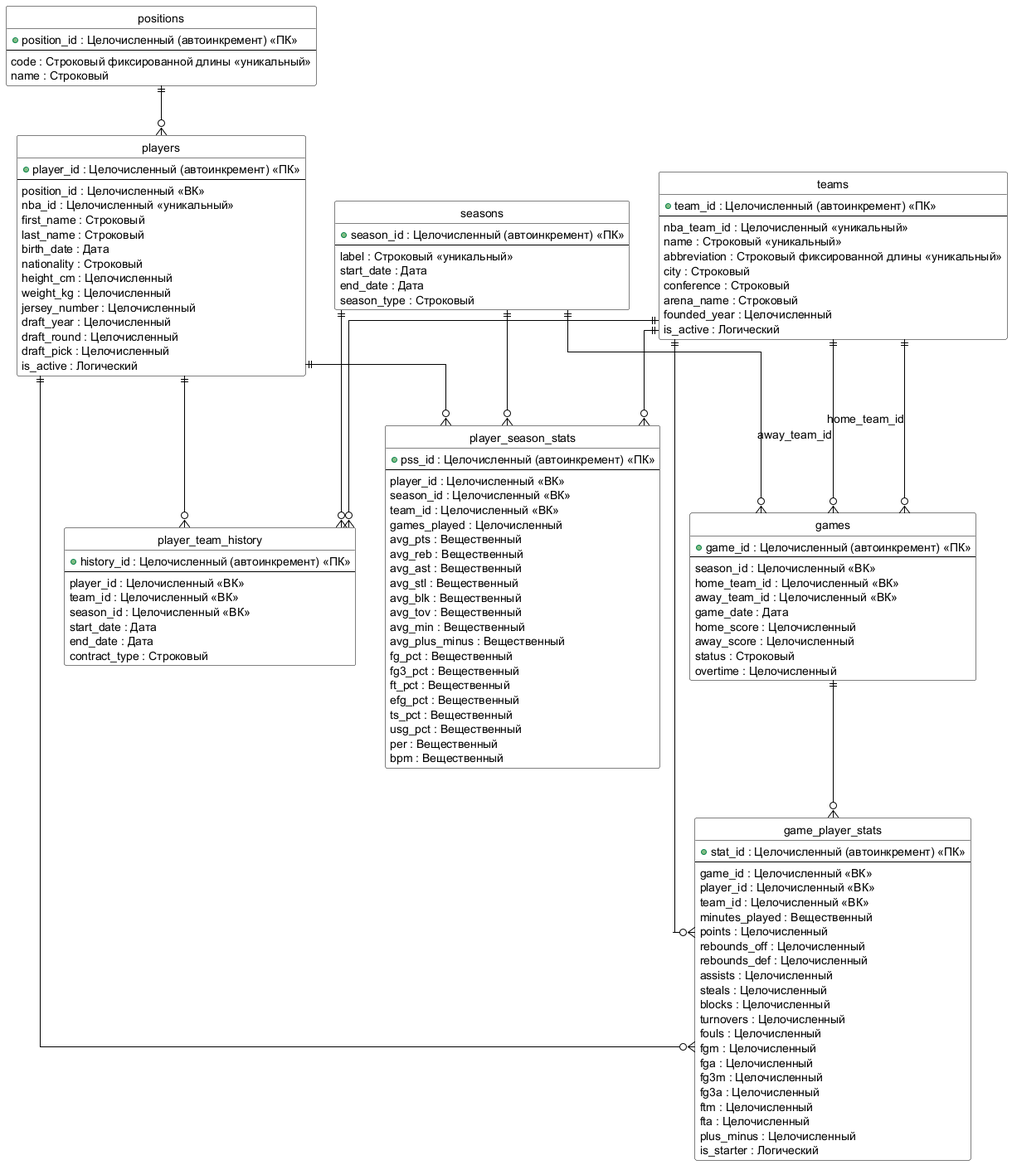
Above: img/relational_schema.png in uBaxa0IQ/BD_Coursework (PlantUML), before the change.
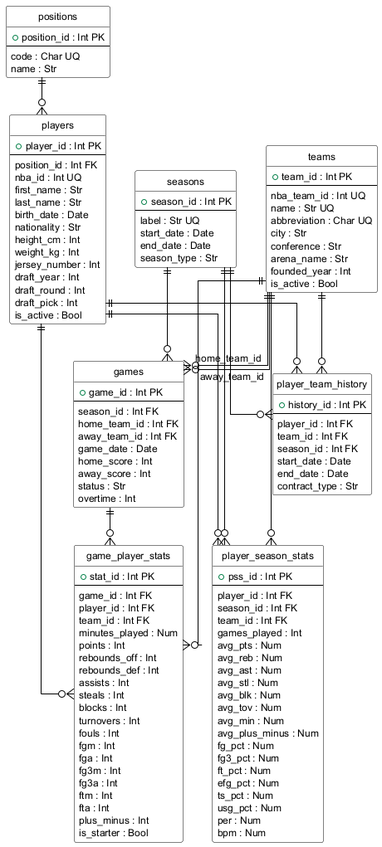
Later version of the same file.

Change to the diagram source:
```diff
@@ -1,9 +1,12 @@
 @startuml relational_schema
+top to bottom direction
 hide circle
 skinparam linetype ortho
-skinparam defaultFontSize 14
+skinparam defaultFontSize 12
 skinparam shadowing false
 skinparam roundcorner 5
+skinparam nodesep 35
+skinparam ranksep 45
 
 skinparam class {
   BackgroundColor White
@@ -12,138 +15,153 @@
 }
 
 entity "positions" {
-  + position_id : Целочисленный (автоинкремент) «ПК»
+  + position_id : Int PK
   --
-  code : Строковый фиксированной длины «уникальный»
-  name : Строковый
+  code : Char UQ
+  name : Str
 }
 
 entity "seasons" {
-  + season_id : Целочисленный (автоинкремент) «ПК»
+  + season_id : Int PK
   --
-  label : Строковый «уникальный»
-  start_date : Дата
-  end_date : Дата
-  season_type : Строковый
+  label : Str UQ
+  start_date : Date
+  end_date : Date
+  season_type : Str
 }
 
 entity "teams" {
-  + team_id : Целочисленный (автоинкремент) «ПК»
+  + team_id : Int PK
   --
-  nba_team_id : Целочисленный «уникальный»
-  name : Строковый «уникальный»
-  abbreviation : Строковый фиксированной длины «уникальный»
-  city : Строковый
-  conference : Строковый
-  arena_name : Строковый
-  founded_year : Целочисленный
-  is_active : Логический
+  nba_team_id : Int UQ
+  name : Str UQ
+  abbreviation : Char UQ
+  city : Str
+  conference : Str
+  arena_name : Str
+  founded_year : Int
+  is_active : Bool
 }
 
 entity "players" {
-  + player_id : Целочисленный (автоинкремент) «ПК»
+  + player_id : Int PK
   --
-  position_id : Целочисленный «ВК»
-  nba_id : Целочисленный «уникальный»
-  first_name : Строковый
-  last_name : Строковый
-  birth_date : Дата
-  nationality : Строковый
-  height_cm : Целочисленный
-  weight_kg : Целочисленный
-  jersey_number : Целочисленный
-  draft_year : Целочисленный
-  draft_round : Целочисленный
-  draft_pick : Целочисленный
-  is_active : Логический
+  position_id : Int FK
+  nba_id : Int UQ
+  first_name : Str
+  last_name : Str
+  birth_date : Date
+  nationality : Str
+  height_cm : Int
+  weight_kg : Int
+  jersey_number : Int
+  draft_year : Int
+  draft_round : Int
+  draft_pick : Int
+  is_active : Bool
 }
 
 entity "games" {
-  + game_id : Целочисленный (автоинкремент) «ПК»
+  + game_id : Int PK
   --
-  season_id : Целочисленный «ВК»
-  home_team_id : Целочисленный «ВК»
-  away_team_id : Целочисленный «ВК»
-  game_date : Дата
-  home_score : Целочисленный
-  away_score : Целочисленный
-  status : Строковый
-  overtime : Целочисленный
+  season_id : Int FK
+  home_team_id : Int FK
+  away_team_id : Int FK
+  game_date : Date
+  home_score : Int
+  away_score : Int
+  status : Str
+  overtime : Int
 }
 
 entity "game_player_stats" {
-  + stat_id : Целочисленный (автоинкремент) «ПК»
+  + stat_id : Int PK
   --
-  game_id : Целочисленный «ВК»
-  player_id : Целочисленный «ВК»
-  team_id : Целочисленный «ВК»
-  minutes_played : Вещественный
-  points : Целочисленный
-  rebounds_off : Целочисленный
-  rebounds_def : Целочисленный
-  assists : Целочисленный
-  steals : Целочисленный
-  blocks : Целочисленный
-  turnovers : Целочисленный
-  fouls : Целочисленный
-  fgm : Целочисленный
-  fga : Целочисленный
-  fg3m : Целочисленный
-  fg3a : Целочисленный
-  ftm : Целочисленный
-  fta : Целочисленный
-  plus_minus : Целочисленный
-  is_starter : Логический
+  game_id : Int FK
+  player_id : Int FK
+  team_id : Int FK
+  minutes_played : Num
+  points : Int
+  rebounds_off : Int
+  rebounds_def : Int
+  assists : Int
+  steals : Int
+  blocks : Int
+  turnovers : Int
+  fouls : Int
+  fgm : Int
+  fga : Int
+  fg3m : Int
+  fg3a : Int
+  ftm : Int
+  fta : Int
+  plus_minus : Int
+  is_starter : Bool
 }
 
 entity "player_season_stats" {
-  + pss_id : Целочисленный (автоинкремент) «ПК»
+  + pss_id : Int PK
   --
-  player_id : Целочисленный «ВК»
-  season_id : Целочисленный «ВК»
-  team_id : Целочисленный «ВК»
-  games_played : Целочисленный
-  avg_pts : Вещественный
-  avg_reb : Вещественный
-  avg_ast : Вещественный
-  avg_stl : Вещественный
-  avg_blk : Вещественный
-  avg_tov : Вещественный
-  avg_min : Вещественный
-  avg_plus_minus : Вещественный
-  fg_pct : Вещественный
-  fg3_pct : Вещественный
-  ft_pct : Вещественный
-  efg_pct : Вещественный
-  ts_pct : Вещественный
-  usg_pct : Вещественный
-  per : Вещественный
-  bpm : Вещественный
+  player_id : Int FK
+  season_id : Int FK
+  team_id : Int FK
+  games_played : Int
+  avg_pts : Num
+  avg_reb : Num
+  avg_ast : Num
+  avg_stl : Num
+  avg_blk : Num
+  avg_tov : Num
+  avg_min : Num
+  avg_plus_minus : Num
+  fg_pct : Num
+  fg3_pct : Num
+  ft_pct : Num
+  efg_pct : Num
+  ts_pct : Num
+  usg_pct : Num
+  per : Num
+  bpm : Num
 }
 
 entity "player_team_history" {
-  + history_id : Целочисленный (автоинкремент) «ПК»
+  + history_id : Int PK
   --
-  player_id : Целочисленный «ВК»
-  team_id : Целочисленный «ВК»
-  season_id : Целочисленный «ВК»
-  start_date : Дата
-  end_date : Дата
-  contract_type : Строковый
+  player_id : Int FK
+  team_id : Int FK
+  season_id : Int FK
+  start_date : Date
+  end_date : Date
+  contract_type : Str
 }
 
-positions ||--o{ players : ""
-players ||--o{ game_player_stats : ""
-players ||--o{ player_season_stats : ""
-players ||--o{ player_team_history : ""
-teams ||--o{ games : "home_team_id"
-teams ||--o{ games : "away_team_id"
-teams ||--o{ game_player_stats : ""
-teams ||--o{ player_season_stats : ""
-teams ||--o{ player_team_history : ""
-seasons ||--o{ games : ""
-seasons ||--o{ player_season_stats : ""
-seasons ||--o{ player_team_history : ""
-games ||--o{ game_player_stats : ""
+positions -[hidden]right- seasons
+seasons -[hidden]right- teams
+players -[hidden]right- games
+games -[hidden]right- player_team_history
+game_player_stats -[hidden]right- player_season_stats
+
+positions -[hidden]down- players
+seasons -[hidden]down- games
+teams -[hidden]down- player_team_history
+games -[hidden]down- game_player_stats
+player_team_history -[hidden]down- player_season_stats
+
+positions ||--o{ players
+players ||--o{ player_team_history
+players ||--o{ game_player_stats
+players ||--o{ player_season_stats
+
+teams ||--o{ games : home_team_id
+teams ||--o{ games : away_team_id
+teams ||--o{ game_player_stats
+teams ||--o{ player_season_stats
+teams ||--o{ player_team_history
+
+seasons ||--o{ games
+seasons ||--o{ player_season_stats
+seasons ||--o{ player_team_history
+
+games ||--o{ game_player_stats
 
 @enduml
```
